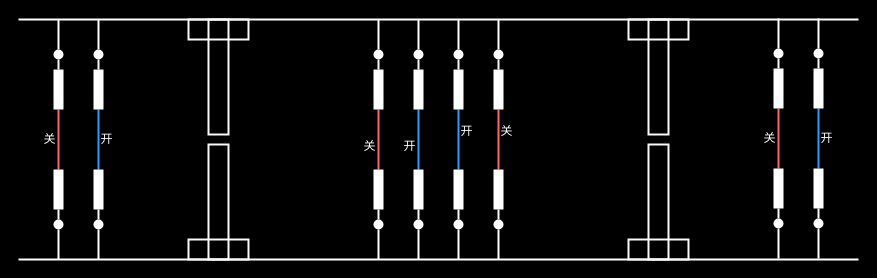
Above: 未命名绘图.drawio in mlabalabala/drawio-store (draw.io), before the change. Source tidied: cells renumbered, new cells numbered last; positions are measured from the earlier drawing's top-left corner, leaving out a move shared by most shapes. Both pictures are drawn from the tidied source at 100%, with x=0, y=0 at pixel (18, 18).
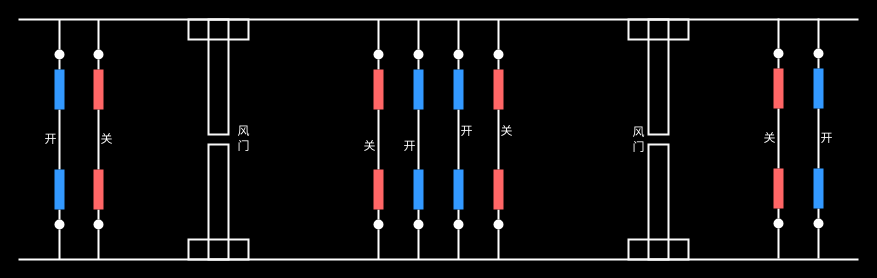
After the change.

Commit message:
更新未命名绘图.drawio

The change refers to these unchanged cells:
```xml
<mxCell id="4" style="group;" parent="1" vertex="1">
  <mxGeometry x="755" width="10" height="240" as="geometry" />
</mxCell>
<mxCell id="14" style="group;" parent="1" vertex="1">
  <mxGeometry x="795" width="10" height="240" as="geometry" />
</mxCell>
<mxCell id="35" style="group;" parent="1" vertex="1">
  <mxGeometry x="75" y="1" width="10" height="240" as="geometry" />
</mxCell>
<mxCell id="45" style="group;" parent="1" vertex="1">
  <mxGeometry x="610" y="1" width="60" height="240" as="geometry" />
</mxCell>
<mxCell id="55" style="group;" parent="1" vertex="1">
  <mxGeometry x="435" y="1" width="10" height="240" as="geometry" />
</mxCell>
<mxCell id="65" style="group;" parent="1" vertex="1">
  <mxGeometry x="395" y="1" width="10" height="240" as="geometry" />
</mxCell>
<mxCell id="76" style="group;" parent="1" vertex="1">
  <mxGeometry x="475" y="1" width="10" height="240" as="geometry" />
</mxCell>
<mxCell id="86" style="group;" parent="1" vertex="1">
  <mxGeometry x="355" y="1" width="10" height="240" as="geometry" />
</mxCell>
```

What changed in the source:
```diff
@@
-    <mxCell id="8" style="endArrow=none;html=1;rounded=0;strokeColor=#FF6666;strokeWidth=2;" parent="4" edge="1" source="11" target="9">
+    <mxCell id="8" style="endArrow=none;html=1;rounded=0;strokeColor=#ffffff;strokeWidth=2;" parent="4" edge="1" source="11" target="9">
       <mxGeometry relative="1" as="geometry" />
     </mxCell>
-    <mxCell id="9" style="rounded=0;whiteSpace=wrap;html=1;strokeColor=none;" parent="4" vertex="1">
+    <mxCell id="9" style="rounded=0;whiteSpace=wrap;html=1;strokeColor=none;fillColor=#FF6666;" parent="4" vertex="1">
       <mxGeometry y="50" width="10" height="40" as="geometry" />
     </mxCell>
@@
-    <mxCell id="11" style="rounded=0;whiteSpace=wrap;html=1;strokeColor=none;" parent="4" vertex="1">
+    <mxCell id="11" style="rounded=0;whiteSpace=wrap;html=1;strokeColor=none;fillColor=#FF6666;" parent="4" vertex="1">
       <mxGeometry y="150" width="10" height="40" as="geometry" />
     </mxCell>
@@
-    <mxCell id="18" style="endArrow=none;html=1;rounded=0;strokeColor=#3399FF;strokeWidth=2;" parent="14" edge="1" source="21" target="19">
+    <mxCell id="18" style="endArrow=none;html=1;rounded=0;strokeColor=#ffffff;strokeWidth=2;" parent="14" edge="1" source="21" target="19">
       <mxGeometry relative="1" as="geometry" />
     </mxCell>
-    <mxCell id="19" style="rounded=0;whiteSpace=wrap;html=1;strokeColor=none;" parent="14" vertex="1">
+    <mxCell id="19" style="rounded=0;whiteSpace=wrap;html=1;strokeColor=none;fillColor=#3399FF;" parent="14" vertex="1">
       <mxGeometry y="50" width="10" height="40" as="geometry" />
     </mxCell>
@@
-    <mxCell id="21" style="rounded=0;whiteSpace=wrap;html=1;strokeColor=none;" parent="14" vertex="1">
+    <mxCell id="21" style="rounded=0;whiteSpace=wrap;html=1;strokeColor=none;fillColor=#3399FF;" parent="14" vertex="1">
       <mxGeometry y="150" width="10" height="40" as="geometry" />
     </mxCell>
@@
     <mxCell id="24" style="group;" parent="1" vertex="1">
-      <mxGeometry x="35" y="1" width="10" height="240" as="geometry" />
+      <mxGeometry x="36" y="1" width="10" height="240" as="geometry" />
     </mxCell>
@@
-    <mxCell id="28" style="endArrow=none;html=1;rounded=0;strokeColor=#FF6666;strokeWidth=2;" parent="24" edge="1" source="31" target="29">
+    <mxCell id="28" style="endArrow=none;html=1;rounded=0;strokeColor=#FAFAFA;strokeWidth=2;" parent="24" edge="1" source="31" target="29">
       <mxGeometry relative="1" as="geometry" />
     </mxCell>
-    <mxCell id="29" style="rounded=0;whiteSpace=wrap;html=1;strokeColor=none;" parent="24" vertex="1">
+    <mxCell id="29" style="rounded=0;whiteSpace=wrap;html=1;strokeColor=none;fillColor=#3399FF;" parent="24" vertex="1">
       <mxGeometry y="50" width="10" height="40" as="geometry" />
     </mxCell>
@@
-    <mxCell id="31" style="rounded=0;whiteSpace=wrap;html=1;strokeColor=none;" parent="24" vertex="1">
+    <mxCell id="31" style="rounded=0;whiteSpace=wrap;html=1;strokeColor=none;fillColor=#3399FF;" parent="24" vertex="1">
       <mxGeometry y="150" width="10" height="40" as="geometry" />
     </mxCell>
@@
     <mxCell id="34" value="&lt;font color=&quot;#ffffff&quot;&gt;关&lt;/font&gt;" style="text;html=1;align=center;verticalAlign=middle;whiteSpace=wrap;rounded=0;" parent="24" vertex="1">
-      <mxGeometry x="-21" y="110" width="35" height="20" as="geometry" />
+      <mxGeometry x="35" y="110" width="35" height="20" as="geometry" />
     </mxCell>
@@
-    <mxCell id="39" style="endArrow=none;html=1;rounded=0;strokeColor=#3399FF;strokeWidth=2;" parent="35" edge="1" source="42" target="40">
+    <mxCell id="39" style="endArrow=none;html=1;rounded=0;strokeColor=#FAFAFA;strokeWidth=2;" parent="35" edge="1" source="42" target="40">
       <mxGeometry relative="1" as="geometry" />
     </mxCell>
-    <mxCell id="40" style="rounded=0;whiteSpace=wrap;html=1;strokeColor=none;" parent="35" vertex="1">
+    <mxCell id="40" style="rounded=0;whiteSpace=wrap;html=1;strokeColor=none;fillColor=#FF6666;" parent="35" vertex="1">
       <mxGeometry y="50" width="10" height="40" as="geometry" />
     </mxCell>
@@
-    <mxCell id="42" style="rounded=0;whiteSpace=wrap;html=1;strokeColor=none;" parent="35" vertex="1">
+    <mxCell id="42" style="rounded=0;whiteSpace=wrap;html=1;strokeColor=none;fillColor=#FF6666;" parent="35" vertex="1">
       <mxGeometry y="150" width="10" height="40" as="geometry" />
     </mxCell>
@@
+    <mxCell id="102" value="&lt;font color=&quot;#ffffff&quot;&gt;风&lt;/font&gt;&lt;div&gt;&lt;font color=&quot;#ffffff&quot;&gt;门&lt;/font&gt;&lt;/div&gt;" style="text;html=1;align=center;verticalAlign=middle;strokeColor=none;fillColor=none;" parent="45" vertex="1">
+      <mxGeometry x="-10" y="95" width="40" height="50" as="geometry" />
+    </mxCell>
@@
-    <mxCell id="59" style="endArrow=none;html=1;rounded=0;strokeColor=#3399FF;strokeWidth=2;" parent="55" edge="1" source="62" target="60">
+    <mxCell id="59" style="endArrow=none;html=1;rounded=0;strokeColor=#ffffff;strokeWidth=2;" parent="55" edge="1" source="62" target="60">
       <mxGeometry relative="1" as="geometry" />
     </mxCell>
-    <mxCell id="60" style="rounded=0;whiteSpace=wrap;html=1;strokeColor=none;" parent="55" vertex="1">
+    <mxCell id="60" style="rounded=0;whiteSpace=wrap;html=1;strokeColor=none;fillColor=#3399FF;" parent="55" vertex="1">
       <mxGeometry y="50" width="10" height="40" as="geometry" />
     </mxCell>
@@
-    <mxCell id="62" style="rounded=0;whiteSpace=wrap;html=1;strokeColor=none;" parent="55" vertex="1">
+    <mxCell id="62" style="rounded=0;whiteSpace=wrap;html=1;strokeColor=none;fillColor=#3399FF;" parent="55" vertex="1">
       <mxGeometry y="150" width="10" height="40" as="geometry" />
     </mxCell>
@@
-    <mxCell id="69" style="endArrow=none;html=1;rounded=0;strokeColor=#3399FF;strokeWidth=2;" parent="65" edge="1" source="72" target="70">
+    <mxCell id="69" style="endArrow=none;html=1;rounded=0;strokeColor=#ffffff;strokeWidth=2;" parent="65" edge="1" source="72" target="70">
       <mxGeometry relative="1" as="geometry" />
     </mxCell>
-    <mxCell id="70" style="rounded=0;whiteSpace=wrap;html=1;strokeColor=none;" parent="65" vertex="1">
+    <mxCell id="70" style="rounded=0;whiteSpace=wrap;html=1;strokeColor=none;fillColor=#3399FF;" parent="65" vertex="1">
       <mxGeometry y="50" width="10" height="40" as="geometry" />
     </mxCell>
@@
-    <mxCell id="72" style="rounded=0;whiteSpace=wrap;html=1;strokeColor=none;" parent="65" vertex="1">
+    <mxCell id="72" style="rounded=0;whiteSpace=wrap;html=1;strokeColor=none;fillColor=#3399FF;" parent="65" vertex="1">
       <mxGeometry y="150" width="10" height="40" as="geometry" />
     </mxCell>
@@
-    <mxCell id="80" style="endArrow=none;html=1;rounded=0;strokeColor=#FF6666;strokeWidth=2;" parent="76" edge="1" source="83" target="81">
+    <mxCell id="80" style="endArrow=none;html=1;rounded=0;strokeColor=#ffffff;strokeWidth=2;" parent="76" edge="1" source="83" target="81">
       <mxGeometry relative="1" as="geometry" />
     </mxCell>
-    <mxCell id="81" style="rounded=0;whiteSpace=wrap;html=1;strokeColor=none;" parent="76" vertex="1">
+    <mxCell id="81" style="rounded=0;whiteSpace=wrap;html=1;strokeColor=none;fillColor=#FF6666;" parent="76" vertex="1">
       <mxGeometry y="50" width="10" height="40" as="geometry" />
     </mxCell>
@@
-    <mxCell id="83" style="rounded=0;whiteSpace=wrap;html=1;strokeColor=none;" parent="76" vertex="1">
+    <mxCell id="83" style="rounded=0;whiteSpace=wrap;html=1;strokeColor=none;fillColor=#FF6666;" parent="76" vertex="1">
       <mxGeometry y="150" width="10" height="40" as="geometry" />
     </mxCell>
@@
-    <mxCell id="90" style="endArrow=none;html=1;rounded=0;strokeColor=#FF6666;strokeWidth=2;" parent="86" edge="1" source="93" target="91">
+    <mxCell id="90" style="endArrow=none;html=1;rounded=0;strokeColor=#FAFAFA;strokeWidth=2;" parent="86" edge="1" source="93" target="91">
       <mxGeometry relative="1" as="geometry" />
     </mxCell>
-    <mxCell id="91" style="rounded=0;whiteSpace=wrap;html=1;strokeColor=none;" parent="86" vertex="1">
+    <mxCell id="91" style="rounded=0;whiteSpace=wrap;html=1;strokeColor=none;fillColor=#FF6666;" parent="86" vertex="1">
       <mxGeometry y="50" width="10" height="40" as="geometry" />
     </mxCell>
@@
-    <mxCell id="93" style="rounded=0;whiteSpace=wrap;html=1;strokeColor=none;" parent="86" vertex="1">
+    <mxCell id="93" style="rounded=0;whiteSpace=wrap;html=1;strokeColor=none;fillColor=#FF6666;" parent="86" vertex="1">
       <mxGeometry y="150" width="10" height="40" as="geometry" />
     </mxCell>
@@
     <mxCell id="97" value="&lt;font color=&quot;#ffffff&quot;&gt;开&lt;/font&gt;" style="text;html=1;align=center;verticalAlign=middle;whiteSpace=wrap;rounded=0;" parent="1" vertex="1">
-      <mxGeometry x="71" y="111" width="35" height="20" as="geometry" />
+      <mxGeometry x="15" y="111" width="35" height="20" as="geometry" />
     </mxCell>
@@
+    <mxCell id="103" value="&lt;font color=&quot;#ffffff&quot;&gt;风&lt;/font&gt;&lt;div&gt;&lt;font color=&quot;#ffffff&quot;&gt;门&lt;/font&gt;&lt;/div&gt;" style="text;html=1;align=center;verticalAlign=middle;strokeColor=none;fillColor=none;" parent="1" vertex="1">
+      <mxGeometry x="205" y="95" width="40" height="50" as="geometry" />
+    </mxCell>
```
